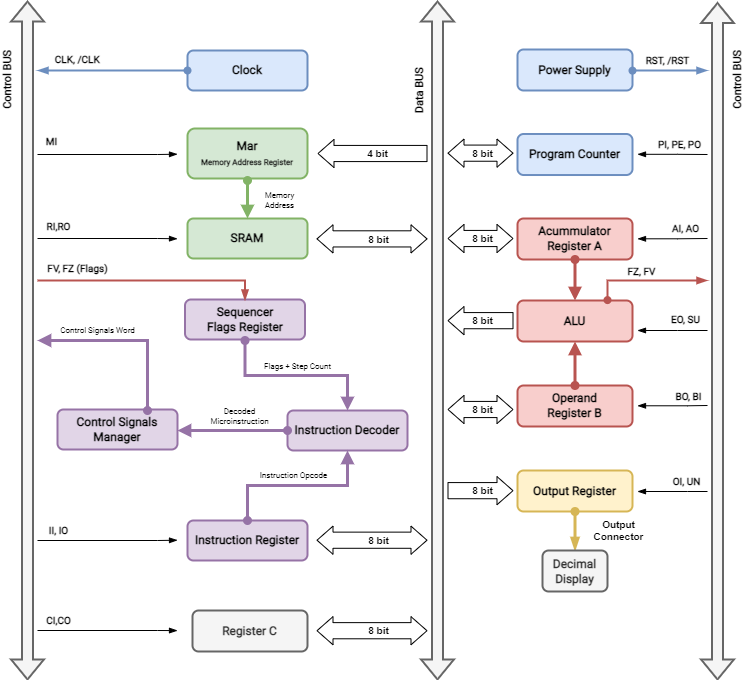
Above: img/mycpu/diagrams/myCPU_modules_draw.png in mylabpcb/myCPU (draw.io), before the change. Source tidied: cells renumbered, new cells last; positions are measured from the earlier drawing's top-left corner, leaving out a move shared by most shapes.
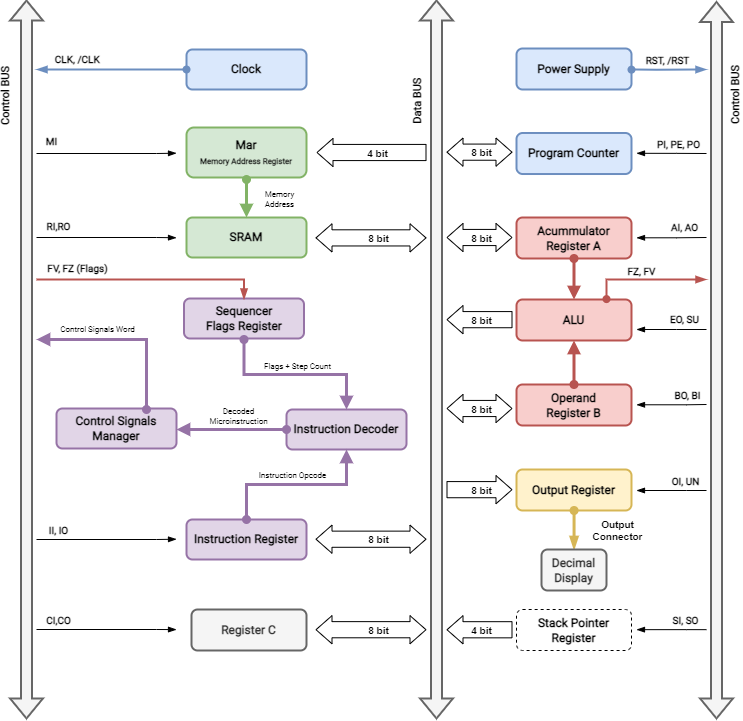
The same diagram one commit later.

Commit message:
Added diagrams download

Change to the diagram source:
```diff
@@ -57,7 +57,7 @@
     </mxCell>
     <mxCell id="15" style="shape=flexArrow;endArrow=classic;startArrow=classic;html=1;rounded=0;fillColor=#f5f5f5;strokeColor=#666666;strokeWidth=2;" parent="1" edge="1">
       <mxGeometry relative="1" as="geometry">
-        <mxPoint x="410" y="680" as="sourcePoint" />
+        <mxPoint x="410" y="720" as="sourcePoint" />
         <mxPoint x="410" as="targetPoint" />
       </mxGeometry>
     </mxCell>
@@ -68,7 +68,7 @@
     </mxCell>
     <mxCell id="17" style="shape=flexArrow;endArrow=classic;startArrow=classic;html=1;rounded=0;fillColor=#f5f5f5;strokeColor=#666666;strokeWidth=2;" parent="1" edge="1">
       <mxGeometry relative="1" as="geometry">
-        <mxPoint y="680" as="sourcePoint" />
+        <mxPoint y="720" as="sourcePoint" />
         <mxPoint as="targetPoint" />
       </mxGeometry>
     </mxCell>
@@ -201,7 +201,7 @@
     </mxCell>
     <mxCell id="41" style="shape=flexArrow;endArrow=classic;startArrow=classic;html=1;rounded=0;fillColor=#f5f5f5;strokeColor=#666666;strokeWidth=2;" parent="1" edge="1">
       <mxGeometry relative="1" as="geometry">
-        <mxPoint x="690" y="680" as="sourcePoint" />
+        <mxPoint x="690" y="720" as="sourcePoint" />
         <mxPoint x="690" y="1.5" as="targetPoint" />
       </mxGeometry>
     </mxCell>
@@ -454,5 +454,34 @@
         <mxPoint x="-22" as="offset" />
       </mxGeometry>
     </mxCell>
+    <mxCell id="81" value="Stack Pointer Register" style="rounded=1;whiteSpace=wrap;html=1;fontSize=12;glass=0;strokeWidth=1;shadow=0;fontFamily=Roboto;fontStyle=1;fontSource=https%3A%2F%2Ffonts.googleapis.com%2Fcss%3Ffamily%3DRoboto;dashed=1;" parent="1" vertex="1">
+      <mxGeometry x="490" y="610" width="115" height="41" as="geometry" />
+    </mxCell>
+    <mxCell id="82" style="endArrow=block;html=1;rounded=0;strokeWidth=1;startArrow=none;startFill=0;endFill=0;shape=flexArrow;endSize=5;startSize=5;sketch=0;targetPerimeterSpacing=0;shadow=0;endWidth=10.961538461538462;startWidth=10.961538461538462;width=16.153846153846153;" parent="1" edge="1">
+      <mxGeometry relative="1" as="geometry">
+        <mxPoint x="486" y="630.3" as="sourcePoint" />
+        <mxPoint x="420" y="630.3" as="targetPoint" />
+      </mxGeometry>
+    </mxCell>
+    <mxCell id="83" value="4 bit" style="edgeLabel;html=1;align=center;verticalAlign=middle;fontSize=10;fontStyle=1;" parent="82" vertex="1">
+      <mxGeometry x="-0.5" relative="1" as="geometry">
+        <mxPoint x="-15" as="offset" />
+      </mxGeometry>
+    </mxCell>
+    <mxCell id="84" style="edgeStyle=orthogonalEdgeStyle;rounded=0;orthogonalLoop=1;jettySize=auto;html=1;startArrow=blockThin;startFill=1;endArrow=none;endFill=0;strokeWidth=1;" parent="1" edge="1">
+      <mxGeometry relative="1" as="geometry">
+        <mxPoint x="610" y="630.2" as="sourcePoint" />
+        <mxPoint x="680" y="630.2" as="targetPoint" />
+        <Array as="points">
+          <mxPoint x="660" y="630.2" />
+          <mxPoint x="660" y="630.2" />
+        </Array>
+      </mxGeometry>
+    </mxCell>
+    <mxCell id="85" value="SI, SO" style="edgeLabel;html=1;align=center;verticalAlign=middle;fontSize=10;fontStyle=1;fontFamily=Roboto;fontSource=https%3A%2F%2Ffonts.googleapis.com%2Fcss%3Ffamily%3DRoboto;" parent="84" vertex="1">
+      <mxGeometry x="-0.68" y="1" relative="1" as="geometry">
+        <mxPoint x="37" y="-9" as="offset" />
+      </mxGeometry>
+    </mxCell>
   </root>
 </mxGraphModel>
```
